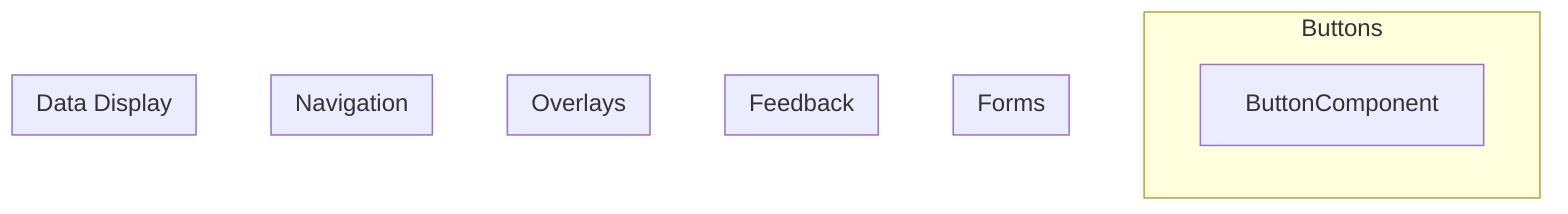
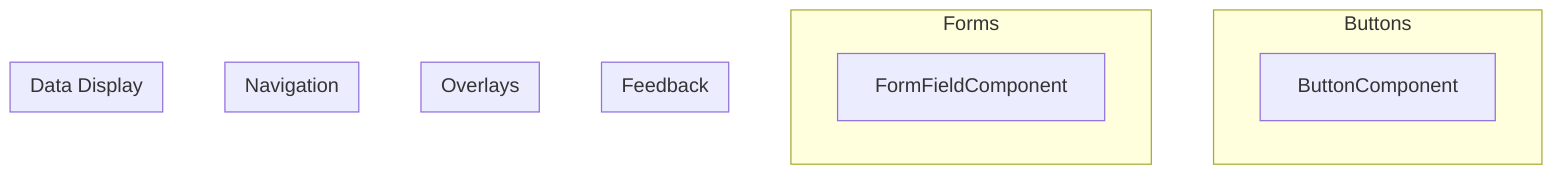
flowchart TB
  subgraph buttons["Buttons"]
    button_component["ButtonComponent"]
  end

  subgraph forms["Forms"]
-     %% Components go here.
+     form_field_component["FormFieldComponent"]
  end

  subgraph feedback["Feedback"]
    %% Components go here.
  end

  subgraph overlays["Overlays"]
    %% Components go here.
  end

  subgraph navigation["Navigation"]
    %% Components go here.
  end

  subgraph data_display["Data Display"]
    %% Components go here.
  end
